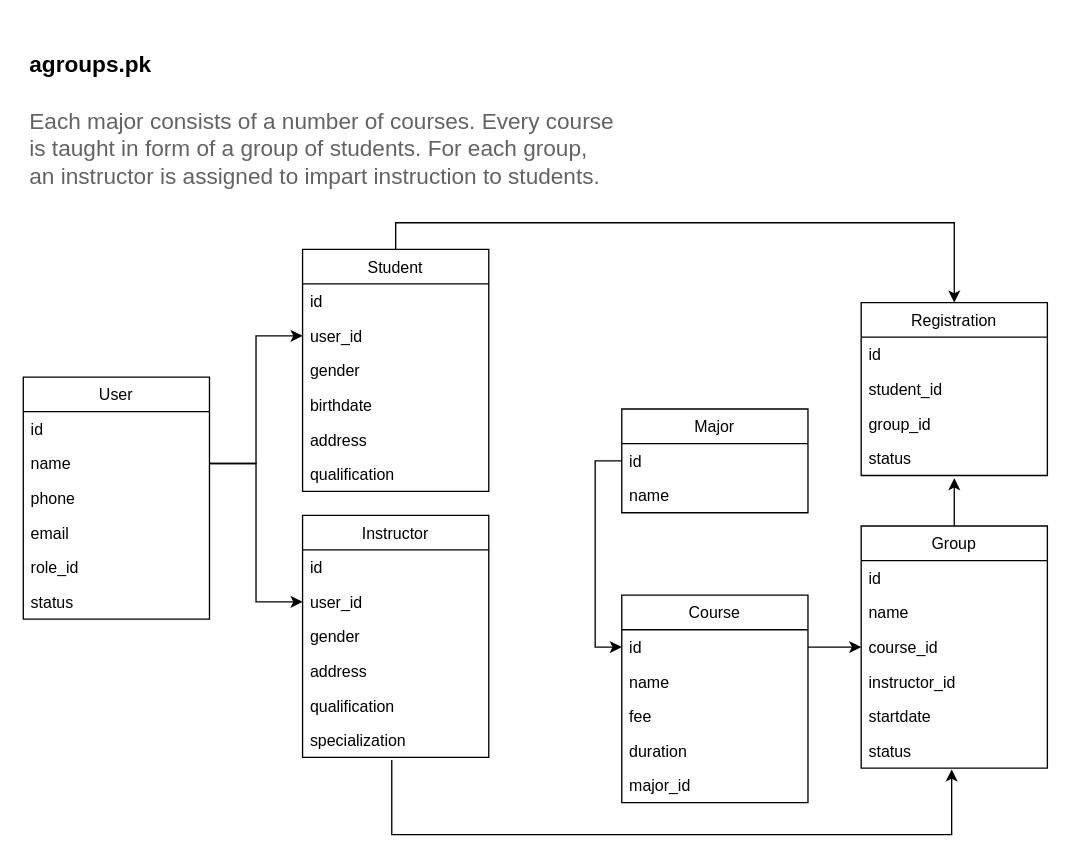
Earlier version of the draw.io diagram erd.drawio (abbas0506/agroups). Source tidied: cells renumbered, new cells numbered last; positions are measured from the earlier drawing's top-left corner, leaving out a move shared by most shapes. Both pictures are drawn from the tidied source at 133%, with x=0, y=0 at pixel (23, 23).
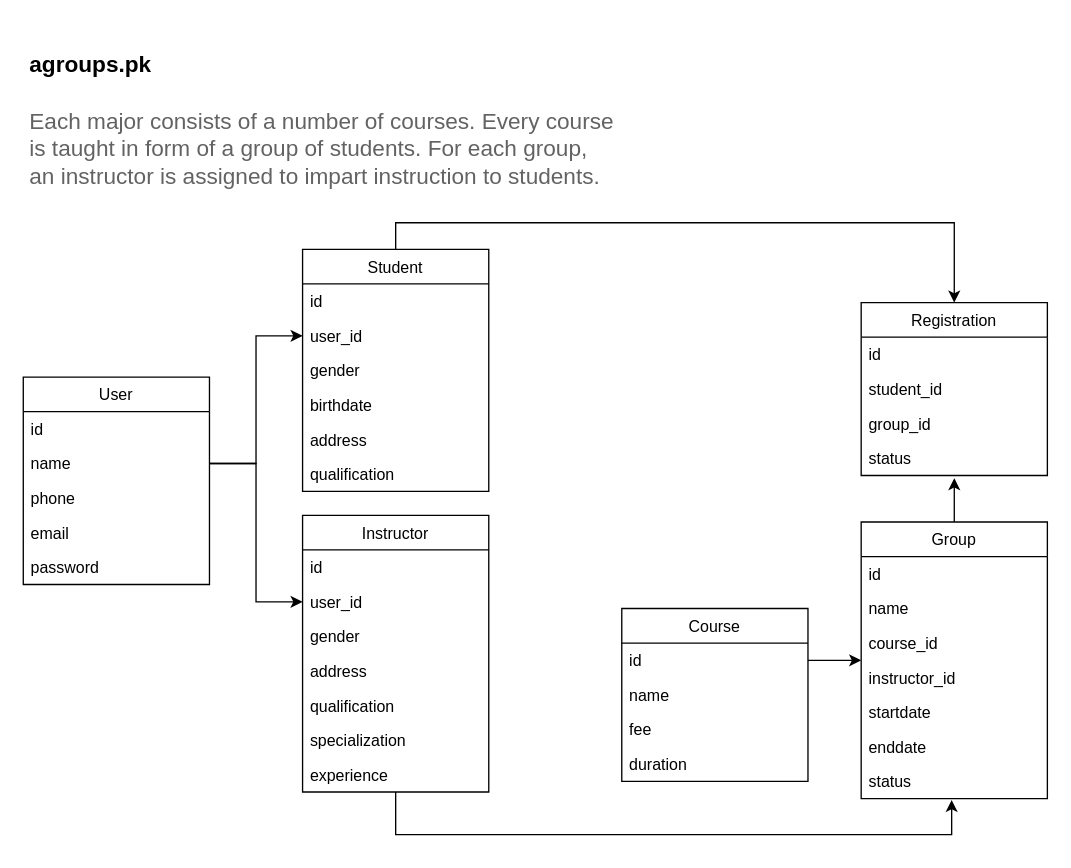
The same page after the edit.

The change refers to these unchanged cells:
```xml
<mxCell id="22" value="specialization" style="text;strokeColor=none;fillColor=none;align=left;verticalAlign=top;spacingLeft=4;spacingRight=4;overflow=hidden;points=[[0,0.5],[1,0.5]];portConstraint=eastwest;" parent="16" vertex="1">
  <mxGeometry y="156" width="140" height="26" as="geometry" />
</mxCell>
<mxCell id="24" value="id" style="text;strokeColor=none;fillColor=none;align=left;verticalAlign=top;spacingLeft=4;spacingRight=4;overflow=hidden;points=[[0,0.5],[1,0.5]];portConstraint=eastwest;" parent="23" vertex="1">
  <mxGeometry y="26" width="140" height="26" as="geometry" />
</mxCell>
```

Diff of the diagram source:
```diff
@@
     <mxCell id="9" value="User" style="swimlane;fontStyle=0;horizontal=1;startSize=26;fillColor=none;" parent="1" vertex="1">
-      <mxGeometry y="266" width="140" height="182" as="geometry" />
+      <mxGeometry y="266" width="140" height="156" as="geometry" />
     </mxCell>
@@
-    <mxCell id="14" value="role_id" style="text;strokeColor=none;fillColor=none;align=left;verticalAlign=top;spacingLeft=4;spacingRight=4;overflow=hidden;" parent="9" vertex="1">
-      <mxGeometry y="130" width="140" height="26" as="geometry" />
-    </mxCell>
-    <mxCell id="15" value="status" style="text;strokeColor=none;fillColor=none;align=left;verticalAlign=top;spacingLeft=4;spacingRight=4;overflow=hidden;" parent="9" vertex="1">
-      <mxGeometry y="156" width="140" height="26" as="geometry" />
+    <mxCell id="15" value="password" style="text;strokeColor=none;fillColor=none;align=left;verticalAlign=top;spacingLeft=4;spacingRight=4;overflow=hidden;" parent="9" vertex="1">
+      <mxGeometry y="130" width="140" height="26" as="geometry" />
     </mxCell>
     <mxCell id="16" value="Instructor" style="swimlane;fontStyle=0;horizontal=1;startSize=26;fillColor=none;" parent="1" vertex="1">
-      <mxGeometry x="210" y="370" width="140" height="182" as="geometry" />
+      <mxGeometry x="210" y="370" width="140" height="208" as="geometry" />
     </mxCell>
@@
+    <mxCell id="53" value="experience" style="text;strokeColor=none;fillColor=none;align=left;verticalAlign=top;spacingLeft=4;spacingRight=4;overflow=hidden;points=[[0,0.5],[1,0.5]];portConstraint=eastwest;" parent="16" vertex="1">
+      <mxGeometry y="182" width="140" height="26" as="geometry" />
+    </mxCell>
     <mxCell id="23" value="Course" style="swimlane;fontStyle=0;horizontal=1;startSize=26;fillColor=none;" parent="1" vertex="1">
-      <mxGeometry x="450" y="430" width="140" height="156" as="geometry" />
+      <mxGeometry x="450" y="440" width="140" height="130" as="geometry" />
     </mxCell>
@@
-    <mxCell id="28" value="major_id" style="text;strokeColor=none;fillColor=none;align=left;verticalAlign=top;spacingLeft=4;spacingRight=4;overflow=hidden;" parent="23" vertex="1">
-      <mxGeometry y="130" width="140" height="26" as="geometry" />
-    </mxCell>
-    <mxCell id="29" value="Major" style="swimlane;fontStyle=0;horizontal=1;startSize=26;fillColor=none;" parent="1" vertex="1">
-      <mxGeometry x="450" y="290" width="140" height="78" as="geometry" />
-    </mxCell>
-    <mxCell id="30" value="id" style="text;strokeColor=none;fillColor=none;align=left;verticalAlign=top;spacingLeft=4;spacingRight=4;overflow=hidden;points=[[0,0.5],[1,0.5]];portConstraint=eastwest;" parent="29" vertex="1">
-      <mxGeometry y="26" width="140" height="26" as="geometry" />
-    </mxCell>
-    <mxCell id="31" value="name" style="text;strokeColor=none;fillColor=none;align=left;verticalAlign=top;spacingLeft=4;spacingRight=4;overflow=hidden;" parent="29" vertex="1">
-      <mxGeometry y="52" width="140" height="26" as="geometry" />
-    </mxCell>
@@
     <mxCell id="33" value="Group" style="swimlane;fontStyle=0;horizontal=1;startSize=26;fillColor=none;" parent="1" vertex="1">
-      <mxGeometry x="630" y="378" width="140" height="182" as="geometry" />
+      <mxGeometry x="630" y="375" width="140" height="208" as="geometry" />
     </mxCell>
@@
+    <mxCell id="54" value="enddate" style="text;strokeColor=none;fillColor=none;align=left;verticalAlign=top;spacingLeft=4;spacingRight=4;overflow=hidden;" parent="33" vertex="1">
+      <mxGeometry y="156" width="140" height="26" as="geometry" />
+    </mxCell>
     <mxCell id="39" value="status" style="text;strokeColor=none;fillColor=none;align=left;verticalAlign=top;spacingLeft=4;spacingRight=4;overflow=hidden;points=[[0,0.5],[1,0.5]];portConstraint=eastwest;" parent="33" vertex="1">
-      <mxGeometry y="156" width="140" height="26" as="geometry" />
+      <mxGeometry y="182" width="140" height="26" as="geometry" />
     </mxCell>
@@
-    <mxCell id="47" style="edgeStyle=orthogonalEdgeStyle;rounded=0;jettySize=auto;html=1;entryX=0;entryY=0.5;entryDx=0;entryDy=0;" parent="1" edge="1" source="30" target="24">
-      <mxGeometry relative="1" as="geometry" />
-    </mxCell>
@@
-    <mxCell id="49" style="edgeStyle=elbowEdgeStyle;rounded=0;jettySize=auto;html=1;entryX=0.486;entryY=1.038;entryDx=0;entryDy=0;exitX=0.479;exitY=1.077;exitDx=0;exitDy=0;exitPerimeter=0;entryPerimeter=0;elbow=vertical;" parent="1" edge="1" source="22" target="39">
+    <mxCell id="49" style="edgeStyle=elbowEdgeStyle;rounded=0;jettySize=auto;html=1;entryX=0.486;entryY=1.038;entryDx=0;entryDy=0;entryPerimeter=0;elbow=vertical;" parent="1" edge="1" source="53" target="39">
       <mxGeometry relative="1" as="geometry">
         <Array as="points">
           <mxPoint x="480" y="610" />
         </Array>
       </mxGeometry>
     </mxCell>
```
